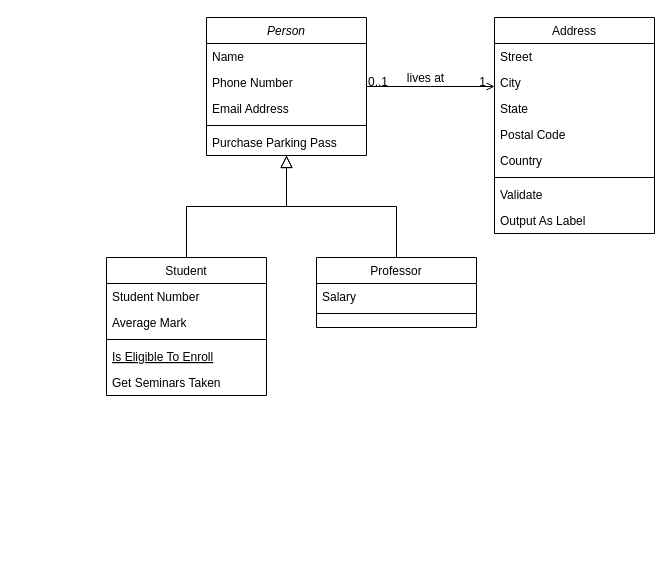
The draw.io diagram Modulo4/Ejercicio final/Ejercicio2.drawio in Mauro-Carcamo/clases_python, before the edit. Source tidied: cells renumbered, new cells numbered last; positions are measured from the earlier drawing's top-left corner, leaving out a move shared by most shapes. Both pictures are drawn from the tidied source at 100%, with x=0, y=0 at pixel (106, 17).
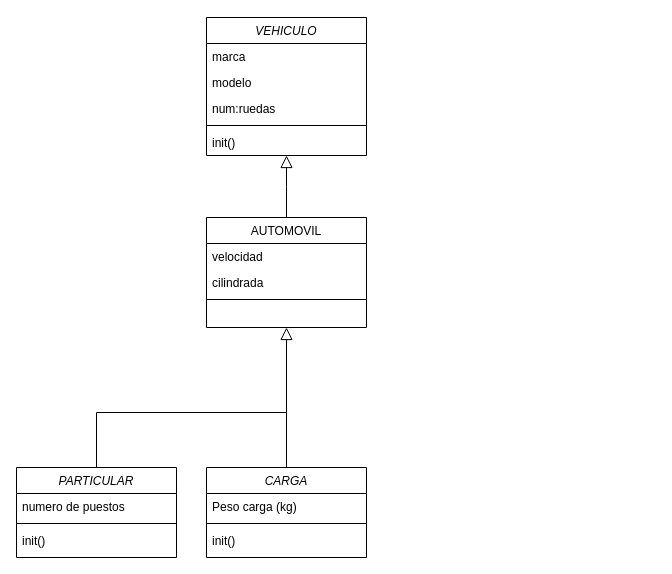
After the change.

What changed in the source:
```diff
@@
-    <mxCell id="2" value="Person" style="swimlane;fontStyle=2;align=center;verticalAlign=top;horizontal=1;startSize=26;rounded=0;shadow=0;strokeWidth=1;" parent="1" vertex="1">
+    <mxCell id="2" value="VEHICULO" style="swimlane;fontStyle=2;align=center;verticalAlign=top;horizontal=1;startSize=26;rounded=0;shadow=0;strokeWidth=1;" parent="1" vertex="1">
       <mxGeometry x="100" width="160" height="138" as="geometry" />
     </mxCell>
-    <mxCell id="3" value="Name" style="text;align=left;verticalAlign=top;spacingLeft=4;spacingRight=4;overflow=hidden;" parent="2" vertex="1">
+    <mxCell id="3" value="marca" style="text;align=left;verticalAlign=top;spacingLeft=4;spacingRight=4;overflow=hidden;" parent="2" vertex="1">
       <mxGeometry y="26" width="160" height="26" as="geometry" />
     </mxCell>
-    <mxCell id="4" value="Phone Number" style="text;align=left;verticalAlign=top;spacingLeft=4;spacingRight=4;overflow=hidden;rounded=0;shadow=0;html=0;" parent="2" vertex="1">
+    <mxCell id="4" value="modelo" style="text;align=left;verticalAlign=top;spacingLeft=4;spacingRight=4;overflow=hidden;rounded=0;shadow=0;html=0;" parent="2" vertex="1">
       <mxGeometry y="52" width="160" height="26" as="geometry" />
     </mxCell>
-    <mxCell id="5" value="Email Address" style="text;align=left;verticalAlign=top;spacingLeft=4;spacingRight=4;overflow=hidden;rounded=0;shadow=0;html=0;" parent="2" vertex="1">
+    <mxCell id="5" value="num:ruedas" style="text;align=left;verticalAlign=top;spacingLeft=4;spacingRight=4;overflow=hidden;rounded=0;shadow=0;html=0;" parent="2" vertex="1">
       <mxGeometry y="78" width="160" height="26" as="geometry" />
     </mxCell>
@@
-    <mxCell id="7" value="Purchase Parking Pass" style="text;align=left;verticalAlign=top;spacingLeft=4;spacingRight=4;overflow=hidden;" parent="2" vertex="1">
+    <mxCell id="7" value="init()" style="text;align=left;verticalAlign=top;spacingLeft=4;spacingRight=4;overflow=hidden;" parent="2" vertex="1">
       <mxGeometry y="112" width="160" height="26" as="geometry" />
     </mxCell>
-    <mxCell id="8" value="Student" style="swimlane;fontStyle=0;align=center;verticalAlign=top;horizontal=1;startSize=26;rounded=0;shadow=0;strokeWidth=1;" parent="1" vertex="1">
-      <mxGeometry y="240" width="160" height="138" as="geometry" />
+    <mxCell id="8" value="AUTOMOVIL" style="swimlane;fontStyle=0;align=center;verticalAlign=top;horizontal=1;startSize=26;rounded=0;shadow=0;strokeWidth=1;" parent="1" vertex="1">
+      <mxGeometry x="100" y="200" width="160" height="110" as="geometry" />
     </mxCell>
-    <mxCell id="9" value="Student Number" style="text;align=left;verticalAlign=top;spacingLeft=4;spacingRight=4;overflow=hidden;" parent="8" vertex="1">
+    <mxCell id="9" value="velocidad" style="text;align=left;verticalAlign=top;spacingLeft=4;spacingRight=4;overflow=hidden;" parent="8" vertex="1">
       <mxGeometry y="26" width="160" height="26" as="geometry" />
     </mxCell>
-    <mxCell id="10" value="Average Mark" style="text;align=left;verticalAlign=top;spacingLeft=4;spacingRight=4;overflow=hidden;rounded=0;shadow=0;html=0;" parent="8" vertex="1">
+    <mxCell id="10" value="cilindrada" style="text;align=left;verticalAlign=top;spacingLeft=4;spacingRight=4;overflow=hidden;rounded=0;shadow=0;html=0;" parent="8" vertex="1">
       <mxGeometry y="52" width="160" height="26" as="geometry" />
     </mxCell>
@@
-    <mxCell id="12" value="Is Eligible To Enroll" style="text;align=left;verticalAlign=top;spacingLeft=4;spacingRight=4;overflow=hidden;fontStyle=4;" parent="8" vertex="1">
-      <mxGeometry y="86" width="160" height="26" as="geometry" />
-    </mxCell>
-    <mxCell id="13" value="Get Seminars Taken" style="text;align=left;verticalAlign=top;spacingLeft=4;spacingRight=4;overflow=hidden;" parent="8" vertex="1">
-      <mxGeometry y="112" width="160" height="26" as="geometry" />
-    </mxCell>
@@
-    <mxCell id="15" value="Professor" style="swimlane;fontStyle=0;align=center;verticalAlign=top;horizontal=1;startSize=26;rounded=0;shadow=0;strokeWidth=1;" parent="1" vertex="1">
-      <mxGeometry x="210" y="240" width="160" height="70" as="geometry" />
-    </mxCell>
-    <mxCell id="16" value="Salary" style="text;align=left;verticalAlign=top;spacingLeft=4;spacingRight=4;overflow=hidden;" parent="15" vertex="1">
-      <mxGeometry y="26" width="160" height="26" as="geometry" />
-    </mxCell>
-    <mxCell id="17" style="line;html=1;strokeWidth=1;align=left;verticalAlign=middle;spacingTop=-1;spacingLeft=3;spacingRight=3;labelPosition=right;" parent="15" vertex="1">
-      <mxGeometry y="52" width="160" height="8" as="geometry" />
-    </mxCell>
-    <mxCell id="18" style="endArrow=block;endSize=10;endFill=0;shadow=0;strokeWidth=1;rounded=0;edgeStyle=elbowEdgeStyle;elbow=vertical;" parent="1" edge="1" source="15" target="2">
-      <mxGeometry relative="1" as="geometry" />
-    </mxCell>
-    <mxCell id="19" value="Address" style="swimlane;fontStyle=0;align=center;verticalAlign=top;horizontal=1;startSize=26;rounded=0;shadow=0;strokeWidth=1;" parent="1" vertex="1">
-      <mxGeometry x="388" width="160" height="216" as="geometry" />
-    </mxCell>
-    <mxCell id="20" value="Street" style="text;align=left;verticalAlign=top;spacingLeft=4;spacingRight=4;overflow=hidden;" parent="19" vertex="1">
-      <mxGeometry y="26" width="160" height="26" as="geometry" />
-    </mxCell>
-    <mxCell id="21" value="City" style="text;align=left;verticalAlign=top;spacingLeft=4;spacingRight=4;overflow=hidden;rounded=0;shadow=0;html=0;" parent="19" vertex="1">
-      <mxGeometry y="52" width="160" height="26" as="geometry" />
-    </mxCell>
-    <mxCell id="22" value="State" style="text;align=left;verticalAlign=top;spacingLeft=4;spacingRight=4;overflow=hidden;rounded=0;shadow=0;html=0;" parent="19" vertex="1">
-      <mxGeometry y="78" width="160" height="26" as="geometry" />
-    </mxCell>
-    <mxCell id="23" value="Postal Code" style="text;align=left;verticalAlign=top;spacingLeft=4;spacingRight=4;overflow=hidden;rounded=0;shadow=0;html=0;" parent="19" vertex="1">
-      <mxGeometry y="104" width="160" height="26" as="geometry" />
-    </mxCell>
-    <mxCell id="24" value="Country" style="text;align=left;verticalAlign=top;spacingLeft=4;spacingRight=4;overflow=hidden;rounded=0;shadow=0;html=0;" parent="19" vertex="1">
-      <mxGeometry y="130" width="160" height="26" as="geometry" />
-    </mxCell>
-    <mxCell id="25" style="line;html=1;strokeWidth=1;align=left;verticalAlign=middle;spacingTop=-1;spacingLeft=3;spacingRight=3;labelPosition=right;" parent="19" vertex="1">
-      <mxGeometry y="156" width="160" height="8" as="geometry" />
-    </mxCell>
-    <mxCell id="26" value="Validate" style="text;align=left;verticalAlign=top;spacingLeft=4;spacingRight=4;overflow=hidden;" parent="19" vertex="1">
-      <mxGeometry y="164" width="160" height="26" as="geometry" />
-    </mxCell>
-    <mxCell id="27" value="Output As Label" style="text;align=left;verticalAlign=top;spacingLeft=4;spacingRight=4;overflow=hidden;" parent="19" vertex="1">
-      <mxGeometry y="190" width="160" height="26" as="geometry" />
-    </mxCell>
-    <mxCell id="28" style="endArrow=open;shadow=0;strokeWidth=1;rounded=0;endFill=1;edgeStyle=elbowEdgeStyle;elbow=vertical;" parent="1" edge="1" source="2" target="19">
-      <mxGeometry x="0.5" y="41" relative="1" as="geometry">
-        <mxPoint x="-40" y="32" as="offset" />
-      </mxGeometry>
-    </mxCell>
-    <mxCell id="29" value="0..1" style="align=left;verticalAlign=bottom;labelBackgroundColor=none;fontSize=12;" parent="28" vertex="1">
-      <mxGeometry x="-1" relative="1" as="geometry">
-        <mxPoint y="4" as="offset" />
-      </mxGeometry>
-    </mxCell>
-    <mxCell id="30" value="1" style="align=right;verticalAlign=bottom;labelBackgroundColor=none;fontSize=12;" parent="28" vertex="1">
-      <mxGeometry x="1" relative="1" as="geometry">
-        <mxPoint x="-7" y="4" as="offset" />
-      </mxGeometry>
-    </mxCell>
-    <mxCell id="31" value="lives at" style="text;html=1;align=center;verticalAlign=middle;labelBackgroundColor=none;rounded=0;shadow=0;strokeWidth=1;fontSize=12;" parent="28" vertex="1">
-      <mxGeometry x="0.5" y="49" relative="1" as="geometry">
-        <mxPoint x="-38" y="40" as="offset" />
-      </mxGeometry>
-    </mxCell>
+    <mxCell id="32" value="PARTICULAR" style="swimlane;fontStyle=2;align=center;verticalAlign=top;horizontal=1;startSize=26;rounded=0;shadow=0;strokeWidth=1;" parent="1" vertex="1">
+      <mxGeometry x="-90" y="450" width="160" height="90" as="geometry" />
+    </mxCell>
+    <mxCell id="33" value="numero de puestos" style="text;align=left;verticalAlign=top;spacingLeft=4;spacingRight=4;overflow=hidden;" parent="32" vertex="1">
+      <mxGeometry y="26" width="160" height="26" as="geometry" />
+    </mxCell>
+    <mxCell id="34" style="line;html=1;strokeWidth=1;align=left;verticalAlign=middle;spacingTop=-1;spacingLeft=3;spacingRight=3;labelPosition=right;" parent="32" vertex="1">
+      <mxGeometry y="52" width="160" height="8" as="geometry" />
+    </mxCell>
+    <mxCell id="35" value="init()" style="text;align=left;verticalAlign=top;spacingLeft=4;spacingRight=4;overflow=hidden;" parent="32" vertex="1">
+      <mxGeometry y="60" width="160" height="26" as="geometry" />
+    </mxCell>
+    <mxCell id="36" value="CARGA" style="swimlane;fontStyle=2;align=center;verticalAlign=top;horizontal=1;startSize=26;rounded=0;shadow=0;strokeWidth=1;" parent="1" vertex="1">
+      <mxGeometry x="100" y="450" width="160" height="90" as="geometry" />
+    </mxCell>
+    <mxCell id="37" value="Peso carga (kg)" style="text;align=left;verticalAlign=top;spacingLeft=4;spacingRight=4;overflow=hidden;" parent="36" vertex="1">
+      <mxGeometry y="26" width="160" height="26" as="geometry" />
+    </mxCell>
+    <mxCell id="38" style="line;html=1;strokeWidth=1;align=left;verticalAlign=middle;spacingTop=-1;spacingLeft=3;spacingRight=3;labelPosition=right;" parent="36" vertex="1">
+      <mxGeometry y="52" width="160" height="8" as="geometry" />
+    </mxCell>
+    <mxCell id="39" value="init()" style="text;align=left;verticalAlign=top;spacingLeft=4;spacingRight=4;overflow=hidden;" parent="36" vertex="1">
+      <mxGeometry y="60" width="160" height="26" as="geometry" />
+    </mxCell>
+    <mxCell id="40" style="endArrow=block;endSize=10;endFill=0;shadow=0;strokeWidth=1;rounded=0;edgeStyle=elbowEdgeStyle;elbow=vertical;entryX=0.5;entryY=1;entryDx=0;entryDy=0;" parent="1" edge="1" source="32" target="8">
+      <mxGeometry relative="1" as="geometry">
+        <Array as="points">
+          <mxPoint x="150" y="395" />
+          <mxPoint x="140" y="390" />
+        </Array>
+      </mxGeometry>
+    </mxCell>
+    <mxCell id="41" style="endArrow=none;html=1;rounded=0;exitX=0.5;exitY=0;exitDx=0;exitDy=0;" parent="1" edge="1" source="36">
+      <mxGeometry relative="1" as="geometry">
+        <mxPoint x="180" y="350" as="targetPoint" />
+      </mxGeometry>
+    </mxCell>
```
